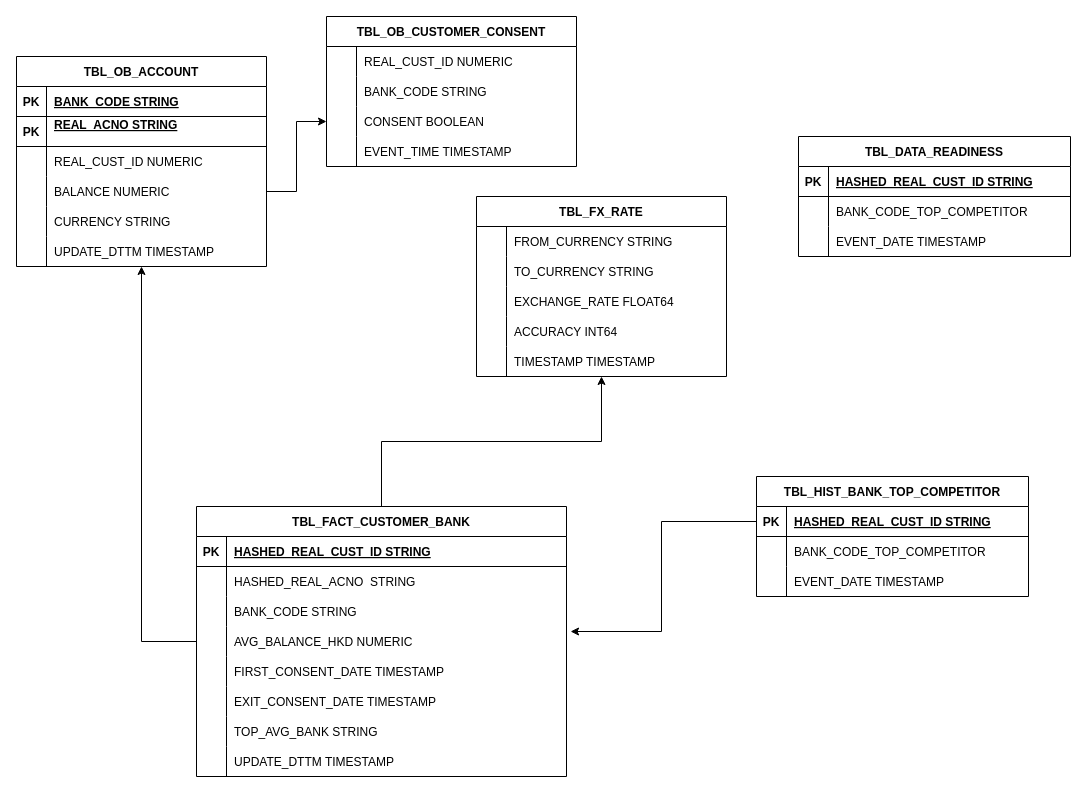
This is Untitled Diagram.drawio from sfandino/global-banking, a draw.io file, before an edit. Source tidied: cells renumbered, new cells numbered last; positions are measured from the earlier drawing's top-left corner, leaving out a move shared by most shapes. Both pictures are drawn from the tidied source at 100%, with x=0, y=0 at pixel (16, 16).
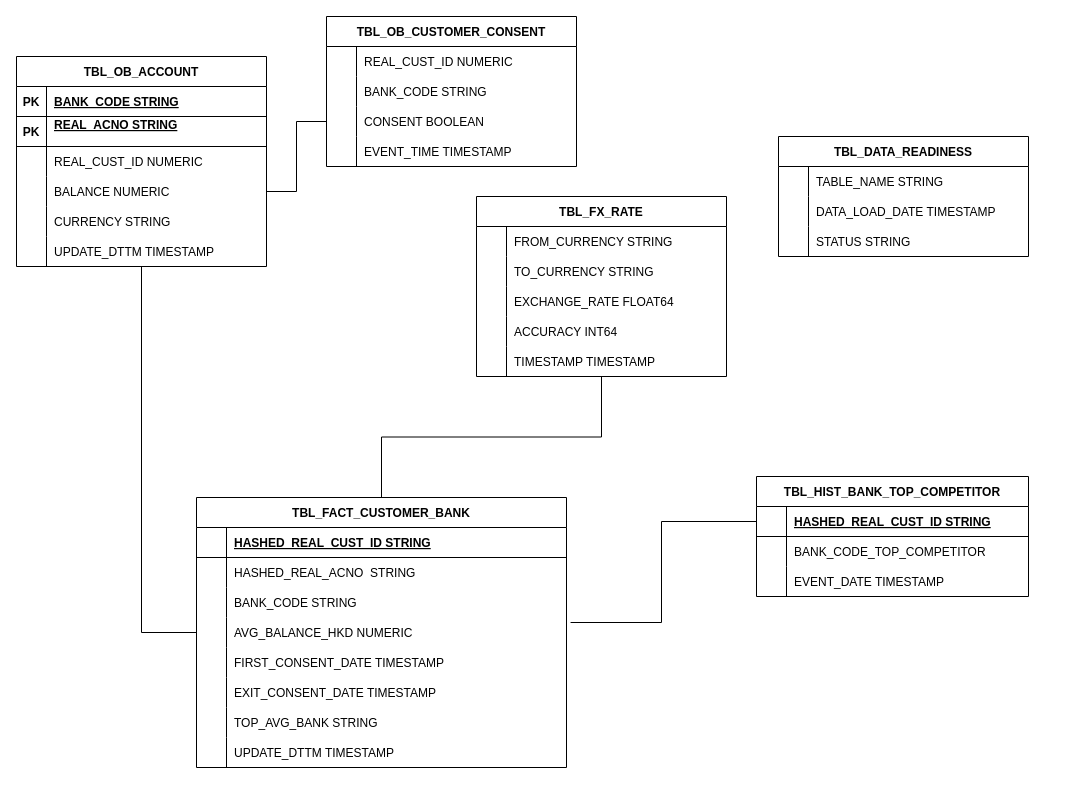
After the change.

The change refers to these unchanged cells:
```xml
<mxCell id="3" value="TBL_FX_RATE" style="shape=table;startSize=30;childLayout=tableLayout;rowLines=0;fontStyle=1;align=center;" parent="1" vertex="1">
  <mxGeometry x="460" y="180" width="250" height="180" as="geometry" />
</mxCell>
<mxCell id="20" style="shape=partialRectangle;fillColor=none;top=0;left=0;right=0;bottom=1;" parent="19" vertex="1">
  <mxGeometry y="30" width="370" height="30" as="geometry" />
</mxCell>
<mxCell id="29" style="shape=partialRectangle;fillColor=none;points=[[0,0.5],[1,0.5]];portConstraint=eastwest;top=0;left=0;right=0;bottom=0;" parent="19" vertex="1">
  <mxGeometry y="120" width="370" height="30" as="geometry" />
</mxCell>
<mxCell id="44" value="TBL_OB_ACCOUNT" style="shape=table;startSize=30;childLayout=tableLayout;rowLines=0;fontStyle=1;align=center;" parent="1" vertex="1">
  <mxGeometry y="40" width="250" height="210" as="geometry" />
</mxCell>
<mxCell id="54" style="shape=partialRectangle;fillColor=none;points=[[0,0.5],[1,0.5]];portConstraint=eastwest;top=0;left=0;right=0;bottom=0;" parent="44" vertex="1">
  <mxGeometry y="120" width="250" height="30" as="geometry" />
</mxCell>
<mxCell id="64" style="shape=partialRectangle;fillColor=none;top=0;left=0;right=0;bottom=0;" parent="63" vertex="1">
  <mxGeometry y="30" width="250" height="30" as="geometry" />
</mxCell>
<mxCell id="70" style="shape=partialRectangle;fillColor=none;points=[[0,0.5],[1,0.5]];portConstraint=eastwest;top=0;left=0;right=0;bottom=0;" parent="63" vertex="1">
  <mxGeometry y="90" width="250" height="30" as="geometry" />
</mxCell>
<mxCell id="79" style="shape=partialRectangle;fillColor=none;points=[[0,0.5],[1,0.5]];portConstraint=eastwest;top=0;left=0;right=0;bottom=1;" parent="78" vertex="1">
  <mxGeometry y="30" width="272" height="30" as="geometry" />
</mxCell>
```

The edit, as a diff of the source:
```diff
@@
-    <mxCell id="2" style="edgeStyle=orthogonalEdgeStyle;rounded=0;jettySize=auto;html=1;endArrow=none;endFill=0;startArrow=classic;startFill=1;" parent="1" edge="1" source="3" target="19">
+    <mxCell id="2" style="edgeStyle=orthogonalEdgeStyle;rounded=0;jettySize=auto;html=1;endArrow=none;endFill=0;startArrow=none;startFill=0;" parent="1" edge="1" source="3" target="19">
       <mxGeometry relative="1" as="geometry" />
     </mxCell>
@@
     <mxCell id="19" value="TBL_FACT_CUSTOMER_BANK" style="shape=table;startSize=30;childLayout=tableLayout;rowLines=0;fontStyle=1;align=center;" parent="1" vertex="1">
-      <mxGeometry x="180" y="490" width="370" height="270" as="geometry" />
+      <mxGeometry x="180" y="481" width="370" height="270" as="geometry" />
     </mxCell>
@@
-    <mxCell id="21" value="PK" style="shape=partialRectangle;overflow=hidden;fillColor=none;top=0;left=0;bottom=0;right=0;fontStyle=1;" parent="20" vertex="1">
+    <mxCell id="21" style="shape=partialRectangle;overflow=hidden;fillColor=none;top=0;left=0;bottom=0;right=0;fontStyle=1;" parent="20" vertex="1">
       <mxGeometry width="30" height="30" as="geometry" />
     </mxCell>
@@
-    <mxCell id="65" style="shape=partialRectangle;overflow=hidden;fillColor=none;top=0;left=0;bottom=0;right=0;" parent="64" vertex="1">
+    <mxCell id="65" style="shape=partialRectangle;overflow=hidden;fillColor=none;top=0;left=0;bottom=0;right=0;fontStyle=1;" parent="64" vertex="1">
       <mxGeometry width="30" height="30" as="geometry" />
     </mxCell>
@@
-    <mxCell id="76" style="rounded=0;jettySize=auto;html=1;entryDx=0;entryDy=0;edgeStyle=orthogonalEdgeStyle;endArrow=none;endFill=0;startArrow=classic;startFill=1;" parent="1" edge="1" source="44" target="29">
+    <mxCell id="76" style="rounded=0;jettySize=auto;html=1;entryDx=0;entryDy=0;edgeStyle=orthogonalEdgeStyle;endArrow=none;endFill=0;startArrow=none;startFill=0;" parent="1" edge="1" source="44" target="29">
       <mxGeometry relative="1" as="geometry" />
     </mxCell>
-    <mxCell id="77" style="edgeStyle=orthogonalEdgeStyle;rounded=0;jettySize=auto;html=1;exitX=1;exitY=0.5;exitDx=0;exitDy=0;" parent="1" edge="1" source="54" target="70">
+    <mxCell id="77" style="edgeStyle=orthogonalEdgeStyle;rounded=0;jettySize=auto;html=1;exitX=1;exitY=0.5;exitDx=0;exitDy=0;endArrow=none;endFill=0;" parent="1" edge="1" source="54" target="70">
       <mxGeometry relative="1" as="geometry" />
     </mxCell>
@@
-    <mxCell id="80" value="PK" style="shape=partialRectangle;overflow=hidden;fillColor=none;top=0;left=0;bottom=0;right=0;fontStyle=1;" parent="79" vertex="1">
+    <mxCell id="80" style="shape=partialRectangle;overflow=hidden;fillColor=none;top=0;left=0;bottom=0;right=0;fontStyle=1;" parent="79" vertex="1">
       <mxGeometry width="30" height="30" as="geometry" />
     </mxCell>
@@
-    <mxCell id="88" style="edgeStyle=orthogonalEdgeStyle;rounded=0;jettySize=auto;html=1;entryX=1.011;entryY=0.167;entryDx=0;entryDy=0;entryPerimeter=0;" parent="1" edge="1" source="79" target="29">
+    <mxCell id="88" style="edgeStyle=orthogonalEdgeStyle;rounded=0;jettySize=auto;html=1;entryX=1.011;entryY=0.167;entryDx=0;entryDy=0;entryPerimeter=0;endArrow=none;endFill=0;" parent="1" edge="1" source="79" target="29">
       <mxGeometry relative="1" as="geometry" />
     </mxCell>
     <mxCell id="89" value="TBL_DATA_READINESS" style="shape=table;startSize=30;childLayout=tableLayout;rowLines=0;fontStyle=1;align=center;" parent="1" vertex="1">
-      <mxGeometry x="782" y="120" width="272" height="120" as="geometry" />
+      <mxGeometry x="762" y="120" width="250" height="120" as="geometry" />
     </mxCell>
-    <mxCell id="90" style="shape=partialRectangle;fillColor=none;top=0;left=0;right=0;bottom=1;" parent="89" vertex="1">
-      <mxGeometry y="30" width="272" height="30" as="geometry" />
-    </mxCell>
-    <mxCell id="91" value="PK" style="shape=partialRectangle;overflow=hidden;fillColor=none;top=0;left=0;bottom=0;right=0;fontStyle=1;" parent="90" vertex="1">
-      <mxGeometry width="30" height="30" as="geometry" />
-    </mxCell>
-    <mxCell id="92" value="HASHED_REAL_CUST_ID STRING" style="shape=partialRectangle;overflow=hidden;fillColor=none;top=0;left=0;bottom=0;right=0;align=left;spacingLeft=6;fontStyle=5;" parent="90" vertex="1">
-      <mxGeometry x="30" width="242" height="30" as="geometry" />
-    </mxCell>
-    <mxCell id="93" style="shape=partialRectangle;fillColor=none;top=0;left=0;right=0;bottom=0;" parent="89" vertex="1">
-      <mxGeometry y="60" width="272" height="30" as="geometry" />
-    </mxCell>
-    <mxCell id="94" style="shape=partialRectangle;overflow=hidden;fillColor=none;top=0;left=0;bottom=0;right=0;" parent="93" vertex="1">
-      <mxGeometry width="30" height="30" as="geometry" />
-    </mxCell>
-    <mxCell id="95" value="BANK_CODE_TOP_COMPETITOR" style="shape=partialRectangle;overflow=hidden;fillColor=none;top=0;left=0;bottom=0;right=0;align=left;spacingLeft=6;" parent="93" vertex="1">
-      <mxGeometry x="30" width="242" height="30" as="geometry" />
-    </mxCell>
-    <mxCell id="96" style="shape=partialRectangle;fillColor=none;top=0;left=0;right=0;bottom=0;" parent="89" vertex="1">
-      <mxGeometry y="90" width="272" height="30" as="geometry" />
-    </mxCell>
-    <mxCell id="97" style="shape=partialRectangle;overflow=hidden;fillColor=none;top=0;left=0;bottom=0;right=0;" parent="96" vertex="1">
-      <mxGeometry width="30" height="30" as="geometry" />
-    </mxCell>
-    <mxCell id="98" value="EVENT_DATE TIMESTAMP" style="shape=partialRectangle;overflow=hidden;fillColor=none;top=0;left=0;bottom=0;right=0;align=left;spacingLeft=6;" parent="96" vertex="1">
-      <mxGeometry x="30" width="242" height="30" as="geometry" />
-    </mxCell>
+    <mxCell id="99" style="shape=partialRectangle;fillColor=none;top=0;left=0;right=0;bottom=0;" parent="89" vertex="1">
+      <mxGeometry y="30" width="250" height="30" as="geometry" />
+    </mxCell>
+    <mxCell id="100" style="shape=partialRectangle;overflow=hidden;fillColor=none;top=0;left=0;bottom=0;right=0;fontStyle=1;" parent="99" vertex="1">
+      <mxGeometry width="30" height="30" as="geometry" />
+    </mxCell>
+    <mxCell id="101" value="TABLE_NAME STRING" style="shape=partialRectangle;overflow=hidden;fillColor=none;top=0;left=0;bottom=0;right=0;align=left;spacingLeft=6;" parent="99" vertex="1">
+      <mxGeometry x="30" width="220" height="30" as="geometry" />
+    </mxCell>
+    <mxCell id="102" style="shape=partialRectangle;fillColor=none;top=0;left=0;right=0;bottom=0;" parent="89" vertex="1">
+      <mxGeometry y="60" width="250" height="30" as="geometry" />
+    </mxCell>
+    <mxCell id="103" style="shape=partialRectangle;overflow=hidden;fillColor=none;top=0;left=0;bottom=0;right=0;" parent="102" vertex="1">
+      <mxGeometry width="30" height="30" as="geometry" />
+    </mxCell>
+    <mxCell id="104" value="DATA_LOAD_DATE TIMESTAMP" style="shape=partialRectangle;overflow=hidden;fillColor=none;top=0;left=0;bottom=0;right=0;align=left;spacingLeft=6;" parent="102" vertex="1">
+      <mxGeometry x="30" width="220" height="30" as="geometry" />
+    </mxCell>
+    <mxCell id="105" style="shape=partialRectangle;fillColor=none;top=0;left=0;right=0;bottom=0;" parent="89" vertex="1">
+      <mxGeometry y="90" width="250" height="30" as="geometry" />
+    </mxCell>
+    <mxCell id="106" style="shape=partialRectangle;overflow=hidden;fillColor=none;top=0;left=0;bottom=0;right=0;" parent="105" vertex="1">
+      <mxGeometry width="30" height="30" as="geometry" />
+    </mxCell>
+    <mxCell id="107" value="STATUS STRING" style="shape=partialRectangle;overflow=hidden;fillColor=none;top=0;left=0;bottom=0;right=0;align=left;spacingLeft=6;" parent="105" vertex="1">
+      <mxGeometry x="30" width="220" height="30" as="geometry" />
+    </mxCell>
```
